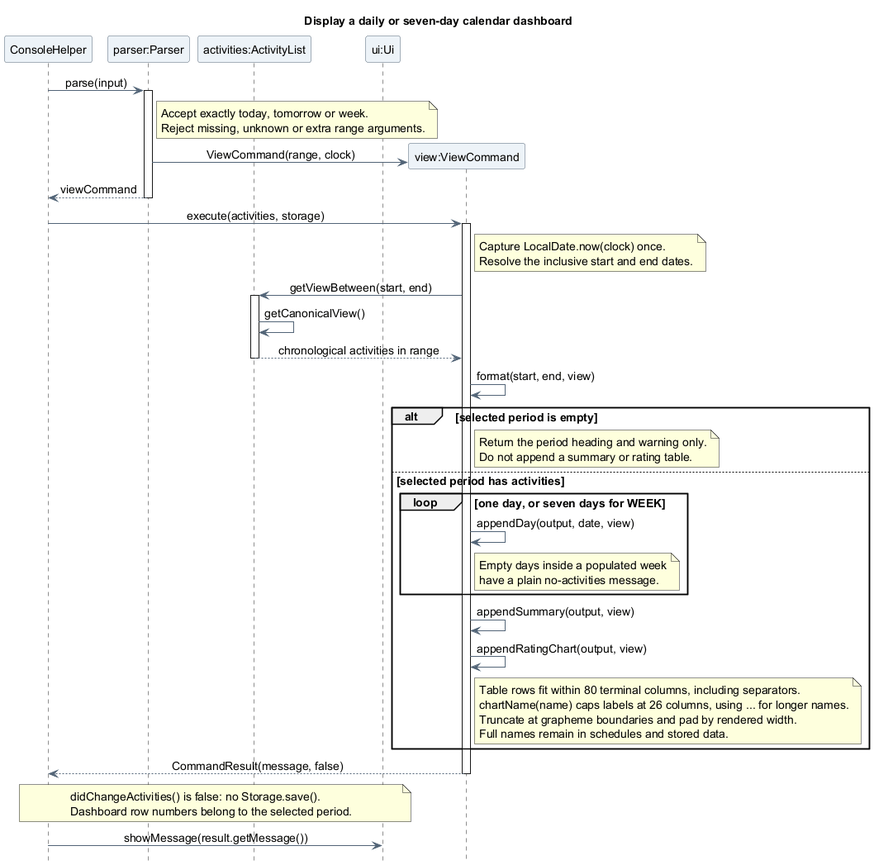
This is docs/images/atharva/sequence/CalendarViewSequence.png from AY2627S1-CS2113-T10-4/tp, a PlantUML export, as it was before one commit.
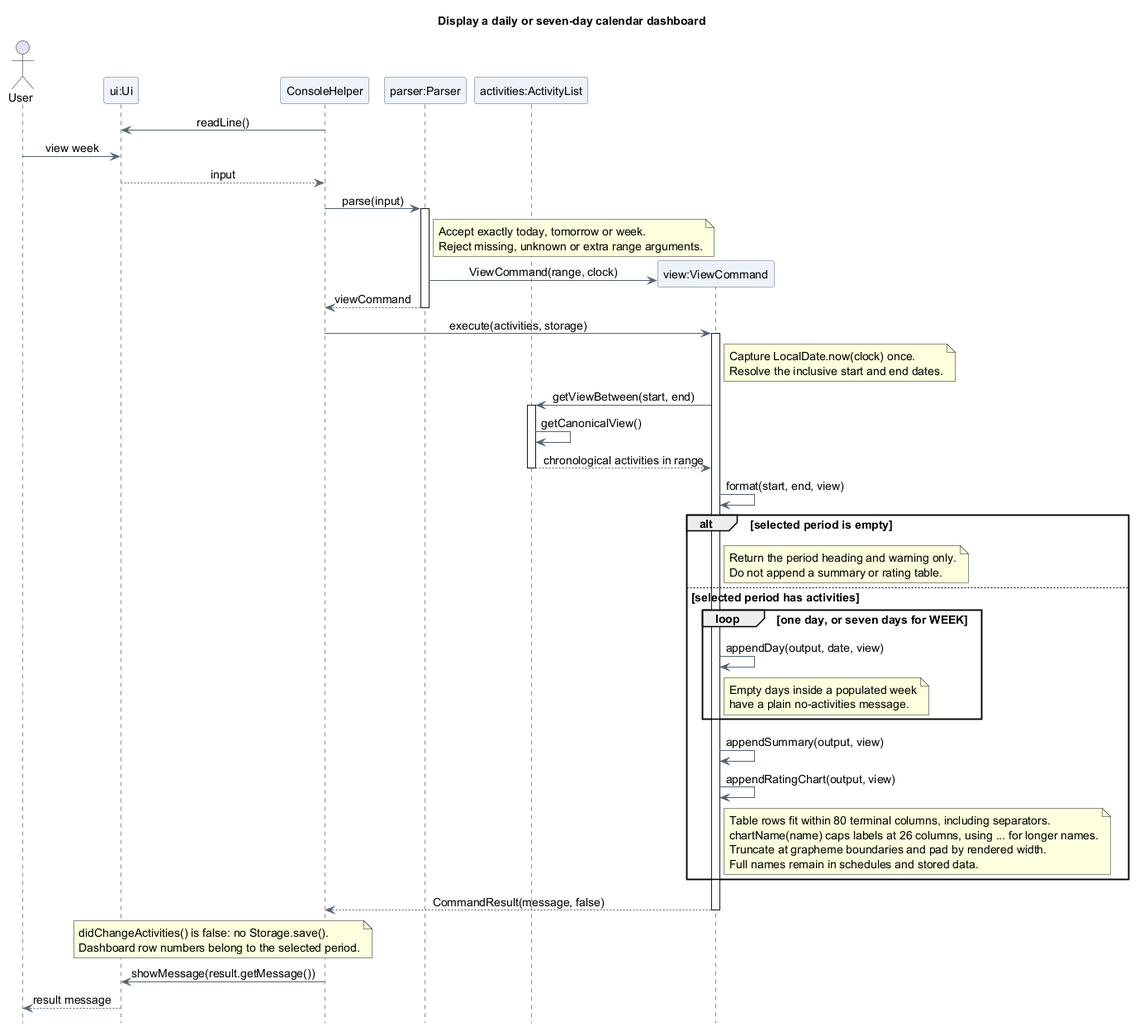
The same diagram one commit later.

The edit, as a diff of the source:
```diff
@@ -10,10 +10,15 @@
 skinparam sequenceMessageAlign center
 hide footbox
 
+actor "User" as User
+participant "ui:Ui" as UI
 participant "ConsoleHelper" as Console
 participant "parser:Parser" as Parser
 participant "activities:ActivityList" as Activities
-participant "ui:Ui" as UI
+
+Console -> UI : readLine()
+User -> UI : view week
+UI --> Console : input
 
 Console -> Parser : parse(input)
 activate Parser
@@ -67,4 +72,5 @@
   Dashboard row numbers belong to the selected period.
 end note
 Console -> UI : showMessage(result.getMessage())
+UI --> User : result message
 @enduml
```
